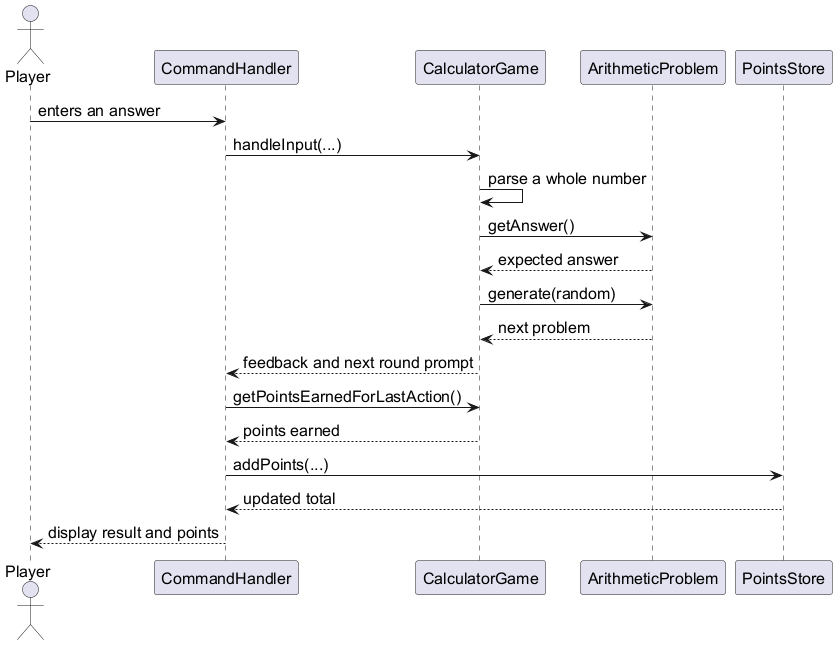
Above: docs/diagrams/calculator-round-sequence.png in AY2627S1-CS2113-W12-3/tp (PlantUML), before the change. The source it was exported from:
```plantuml
@startuml
skinparam defaultFontSize 16
actor Player
participant CommandHandler as Handler
participant CalculatorGame as Game
participant ArithmeticProblem as Problem
participant PointsStore as Points

Player -> Handler: enters an answer
Handler -> Game: handleInput(...)
Game -> Game: parse a whole number
Game -> Problem: getAnswer()
Problem --> Game: expected answer
Game -> Problem: generate(random)
Problem --> Game: next problem
Game --> Handler: feedback and next round prompt
Handler -> Game: getPointsEarnedForLastAction()
Game --> Handler: points earned
Handler -> Points: addPoints(...)
Points --> Handler: updated total
Handler --> Player: display result and points
@enduml
```
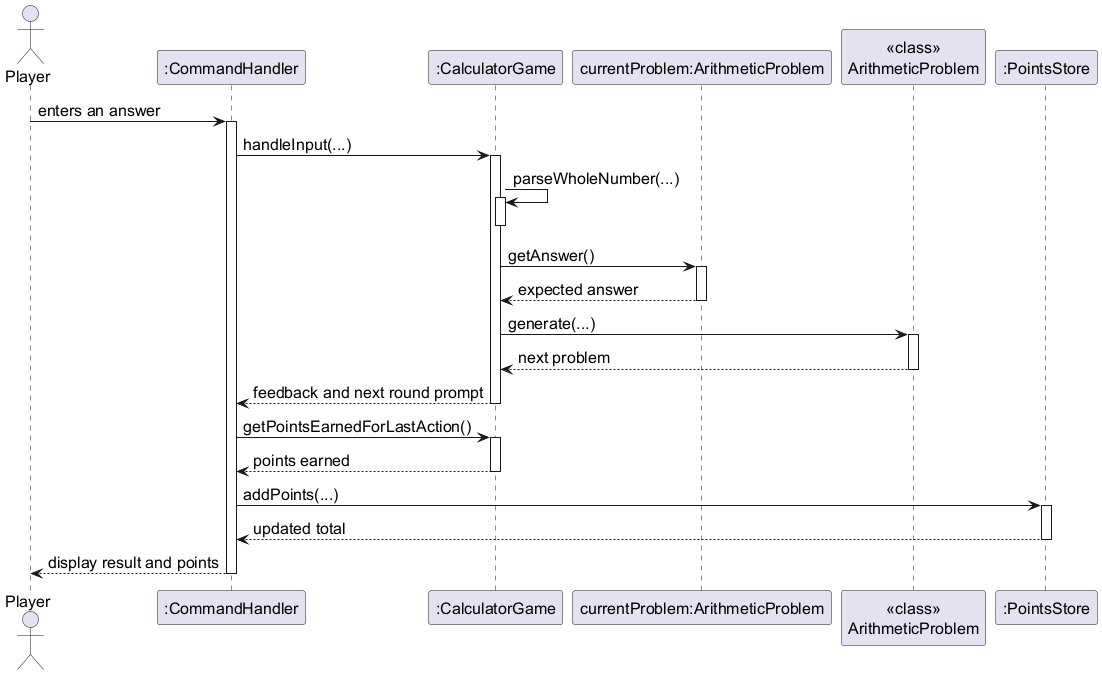
After the commit.

Change to the diagram source:
```diff
@@ -1,22 +1,46 @@
 @startuml
-skinparam defaultFontSize 16
+!include style.iuml
+
 actor Player
-participant CommandHandler as Handler
-participant CalculatorGame as Game
-participant ArithmeticProblem as Problem
-participant PointsStore as Points
+participant ":CommandHandler" as Handler
+participant ":CalculatorGame" as Game
+participant "currentProblem:ArithmeticProblem" as Problem
+participant "<<class>>\nArithmeticProblem" as ProblemClass
+participant ":PointsStore" as Points
 
-Player -> Handler: enters an answer
-Handler -> Game: handleInput(...)
-Game -> Game: parse a whole number
-Game -> Problem: getAnswer()
-Problem --> Game: expected answer
-Game -> Problem: generate(random)
-Problem --> Game: next problem
-Game --> Handler: feedback and next round prompt
-Handler -> Game: getPointsEarnedForLastAction()
-Game --> Handler: points earned
-Handler -> Points: addPoints(...)
-Points --> Handler: updated total
-Handler --> Player: display result and points
+Player -> Handler : enters an answer
+activate Handler
+
+Handler -> Game : handleInput(...)
+activate Game
+
+Game -> Game : parseWholeNumber(...)
+activate Game
+deactivate Game
+
+Game -> Problem : getAnswer()
+activate Problem
+Problem --> Game : expected answer
+deactivate Problem
+
+Game -> ProblemClass : generate(...)
+activate ProblemClass
+ProblemClass --> Game : next problem
+deactivate ProblemClass
+
+Game --> Handler : feedback and next round prompt
+deactivate Game
+
+Handler -> Game : getPointsEarnedForLastAction()
+activate Game
+Game --> Handler : points earned
+deactivate Game
+
+Handler -> Points : addPoints(...)
+activate Points
+Points --> Handler : updated total
+deactivate Points
+
+Handler --> Player : display result and points
+deactivate Handler
 @enduml
```
